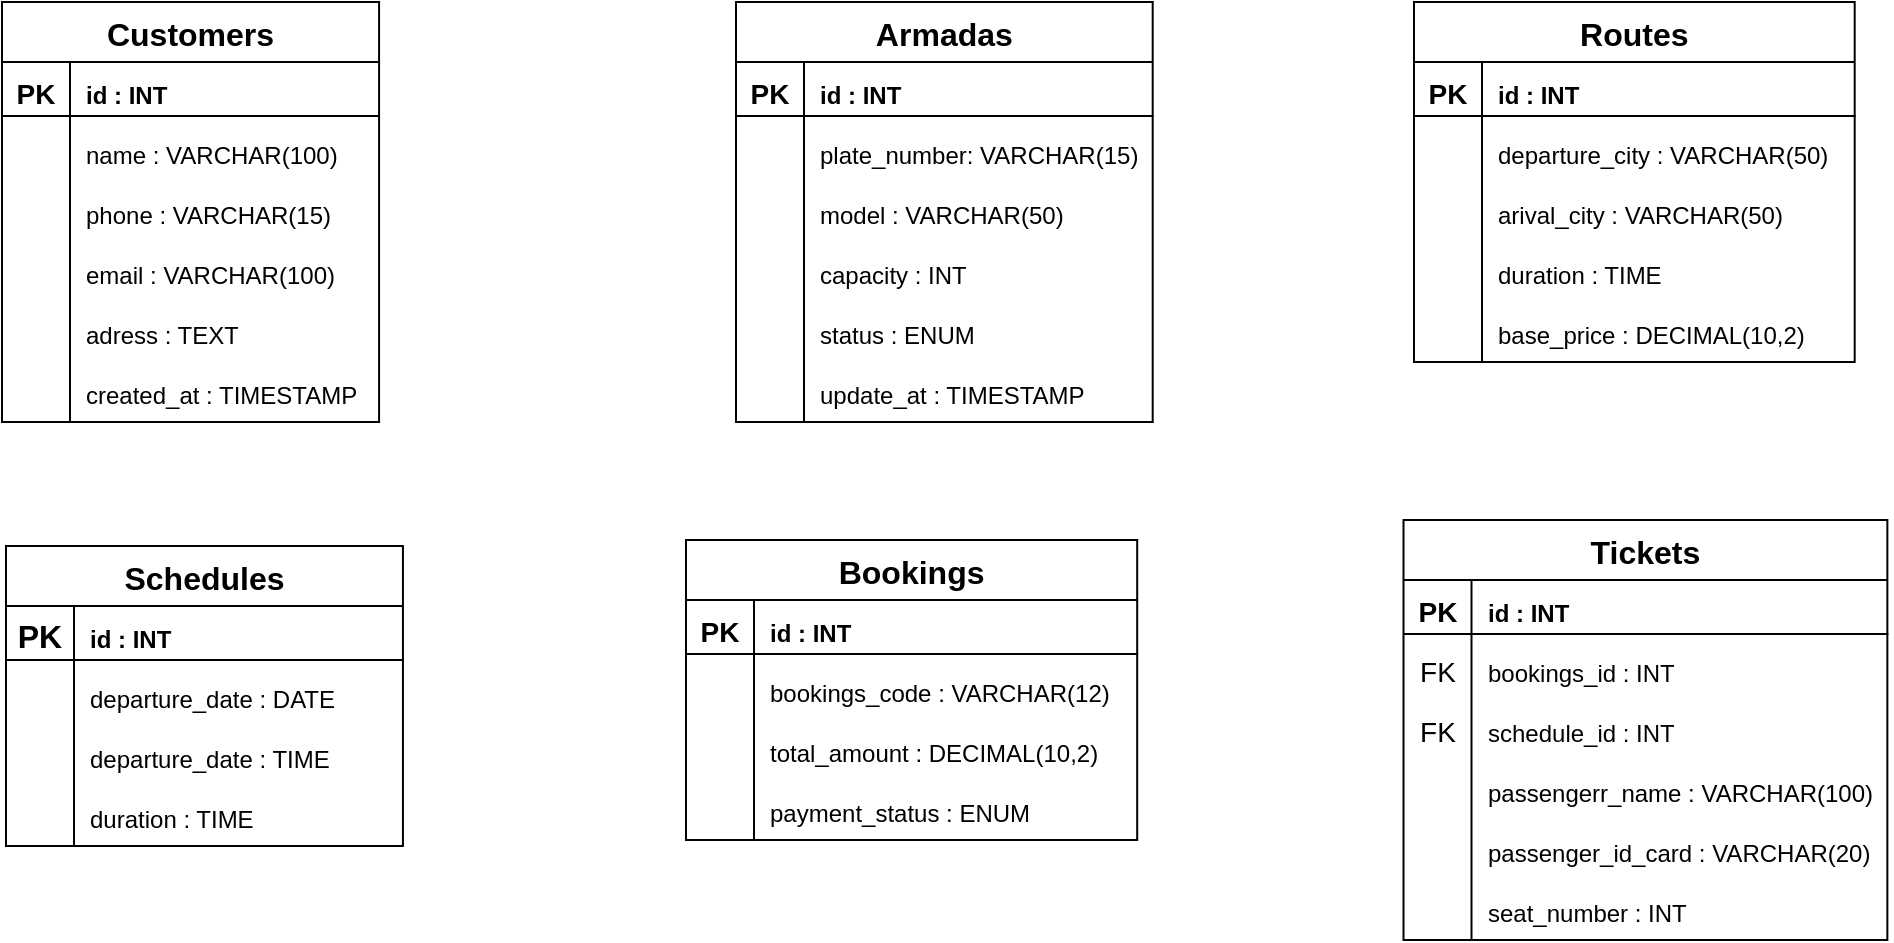
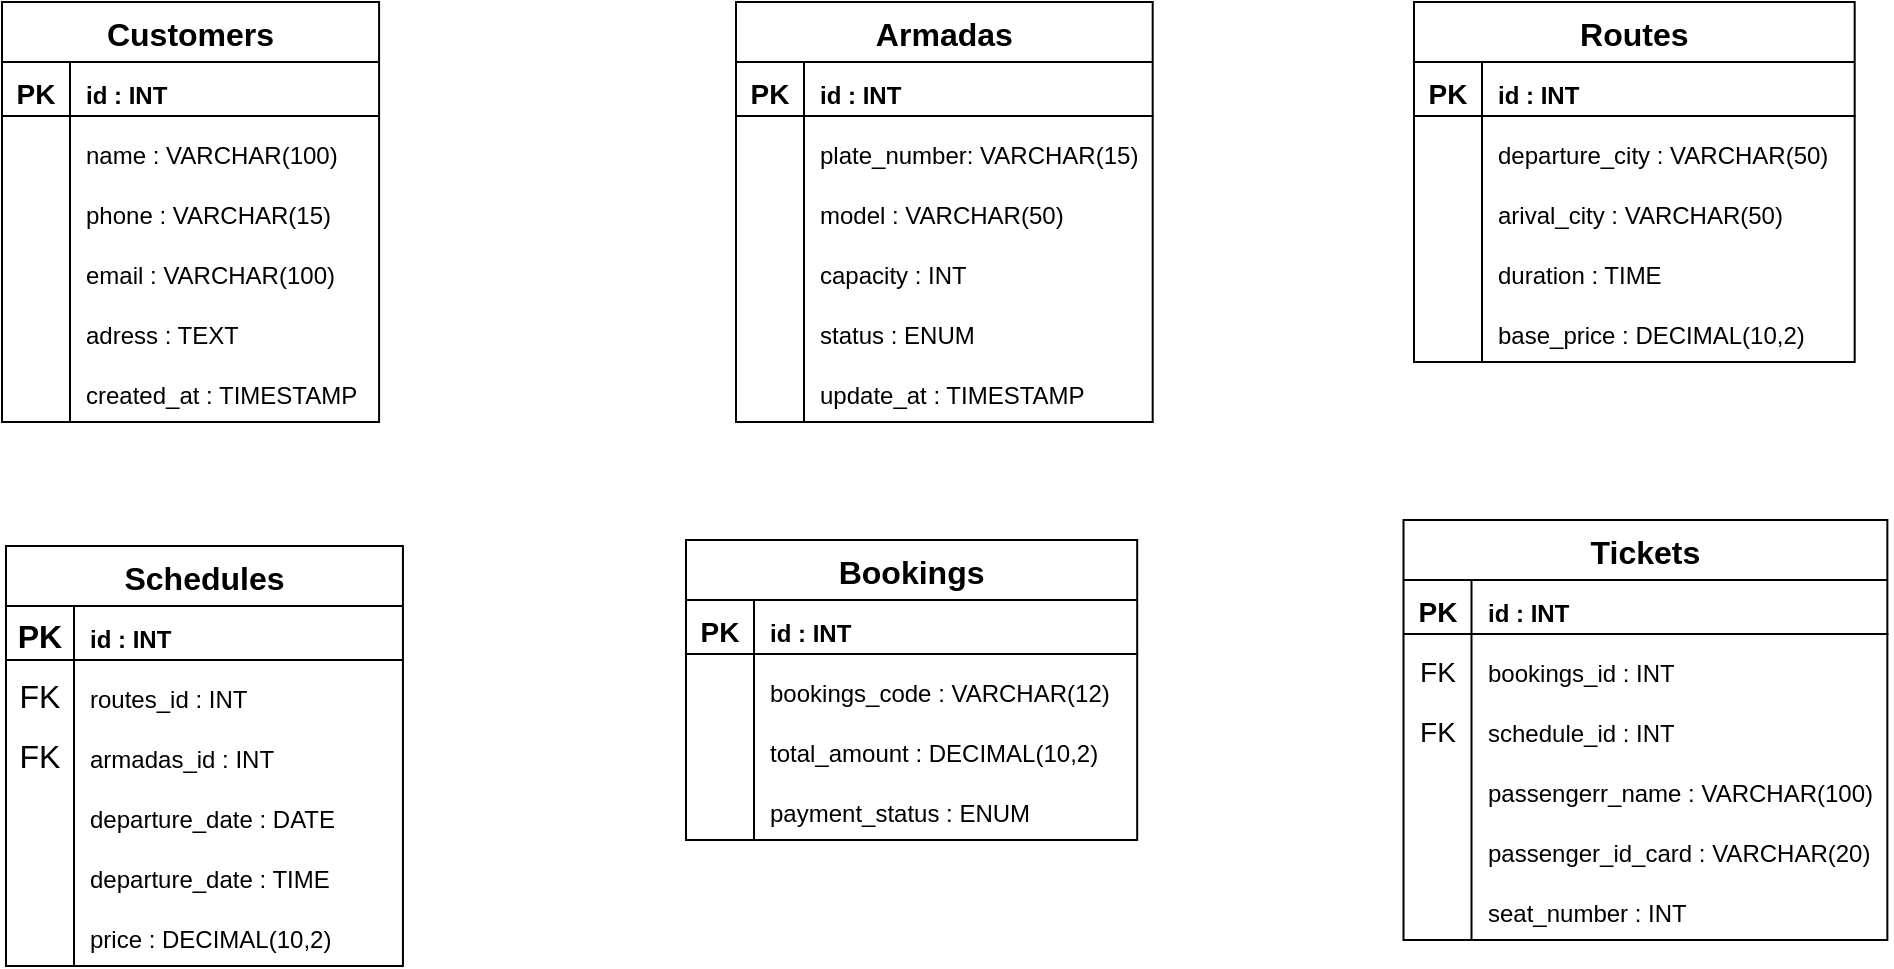
<mxfile host="Electron">
  <diagram name="Page-1" id="kJ8Mc6y_ZzB0DB1dgNBE">
    <mxGraphModel dx="1439" dy="849" grid="0" gridSize="10" guides="1" tooltips="1" connect="1" arrows="1" fold="1" page="1" pageScale="1" pageWidth="1169" pageHeight="827" background="#ffffff" math="0" shadow="0">
      <root>
        <mxCell id="0" />
        <mxCell id="1" parent="0" />
        <mxCell id="spA_d-TOyame6YQLWrdW-179" parent="1" style="shape=table;startSize=30;container=1;collapsible=0;childLayout=tableLayout;fixedRows=1;rowLines=0;fontStyle=1;strokeColor=#000000;fontSize=16;fontColor=#000000;fillColor=#FFFFFF;" value="Customers" vertex="1">
          <mxGeometry height="210" width="188.54173932756737" x="130" y="88" as="geometry" />
        </mxCell>
        <mxCell id="spA_d-TOyame6YQLWrdW-180" parent="spA_d-TOyame6YQLWrdW-179" style="shape=tableRow;horizontal=0;startSize=0;swimlaneHead=0;swimlaneBody=0;top=0;left=0;bottom=0;right=0;collapsible=0;dropTarget=0;fillColor=none;points=[[0,0.5],[1,0.5]];portConstraint=eastwest;strokeColor=inherit;fontSize=16;" value="" vertex="1">
          <mxGeometry height="30" width="188.54173932756737" y="30" as="geometry" />
        </mxCell>
        <mxCell id="spA_d-TOyame6YQLWrdW-181" parent="spA_d-TOyame6YQLWrdW-180" style="shape=partialRectangle;html=1;whiteSpace=wrap;connectable=0;fillColor=none;top=0;left=0;bottom=0;right=0;overflow=hidden;pointerEvents=1;strokeColor=#000000;fontSize=16;fontColor=#000000;" value="&lt;b&gt;&lt;font style=&quot;font-size: 14px;&quot;&gt;PK&lt;/font&gt;&lt;/b&gt;" vertex="1">
          <mxGeometry height="30" width="34" as="geometry">
            <mxRectangle height="30" width="34" as="alternateBounds" />
          </mxGeometry>
        </mxCell>
        <mxCell id="spA_d-TOyame6YQLWrdW-182" parent="spA_d-TOyame6YQLWrdW-180" style="shape=partialRectangle;html=1;whiteSpace=wrap;connectable=0;fillColor=none;top=0;left=0;bottom=0;right=0;align=left;spacingLeft=6;overflow=hidden;strokeColor=#000000;fontSize=16;fontColor=#000000;" value="&lt;font style=&quot;font-size: 12px;&quot;&gt;&lt;b&gt;id : INT&lt;/b&gt;&lt;/font&gt;" vertex="1">
          <mxGeometry height="30" width="155" x="34" as="geometry">
            <mxRectangle height="30" width="155" as="alternateBounds" />
          </mxGeometry>
        </mxCell>
        <mxCell id="spA_d-TOyame6YQLWrdW-183" parent="spA_d-TOyame6YQLWrdW-179" style="shape=tableRow;horizontal=0;startSize=0;swimlaneHead=0;swimlaneBody=0;top=0;left=0;bottom=0;right=0;collapsible=0;dropTarget=0;fillColor=none;points=[[0,0.5],[1,0.5]];portConstraint=eastwest;strokeColor=inherit;fontSize=16;" value="" vertex="1">
          <mxGeometry height="30" width="188.54173932756737" y="60" as="geometry" />
        </mxCell>
        <mxCell id="spA_d-TOyame6YQLWrdW-184" parent="spA_d-TOyame6YQLWrdW-183" style="shape=partialRectangle;html=1;whiteSpace=wrap;connectable=0;fillColor=none;top=0;left=0;bottom=0;right=0;overflow=hidden;strokeColor=inherit;fontSize=16;fontColor=#000000;" value="" vertex="1">
          <mxGeometry height="30" width="34" as="geometry">
            <mxRectangle height="30" width="34" as="alternateBounds" />
          </mxGeometry>
        </mxCell>
        <mxCell id="spA_d-TOyame6YQLWrdW-185" parent="spA_d-TOyame6YQLWrdW-183" style="shape=partialRectangle;html=1;whiteSpace=wrap;connectable=0;fillColor=none;top=0;left=0;bottom=0;right=0;align=left;spacingLeft=6;overflow=hidden;strokeColor=inherit;fontSize=16;fontColor=#000000;" value="&lt;span style=&quot;color: rgb(0, 0, 0); font-size: 12px;&quot;&gt;name :&amp;nbsp;&lt;/span&gt;&lt;span style=&quot;color: rgb(0, 0, 0); font-size: 12px; text-align: center;&quot;&gt;VARCHAR(100)&lt;/span&gt;" vertex="1">
          <mxGeometry height="30" width="155" x="34" as="geometry">
            <mxRectangle height="30" width="155" as="alternateBounds" />
          </mxGeometry>
        </mxCell>
        <mxCell id="spA_d-TOyame6YQLWrdW-186" parent="spA_d-TOyame6YQLWrdW-179" style="shape=tableRow;horizontal=0;startSize=0;swimlaneHead=0;swimlaneBody=0;top=0;left=0;bottom=0;right=0;collapsible=0;dropTarget=0;fillColor=none;points=[[0,0.5],[1,0.5]];portConstraint=eastwest;strokeColor=inherit;fontSize=16;" value="" vertex="1">
          <mxGeometry height="30" width="188.54173932756737" y="90" as="geometry" />
        </mxCell>
        <mxCell id="spA_d-TOyame6YQLWrdW-187" parent="spA_d-TOyame6YQLWrdW-186" style="shape=partialRectangle;html=1;whiteSpace=wrap;connectable=0;fillColor=none;top=0;left=0;bottom=0;right=0;overflow=hidden;strokeColor=inherit;fontSize=16;fontColor=#000000;" value="" vertex="1">
          <mxGeometry height="30" width="34" as="geometry">
            <mxRectangle height="30" width="34" as="alternateBounds" />
          </mxGeometry>
        </mxCell>
        <mxCell id="spA_d-TOyame6YQLWrdW-188" parent="spA_d-TOyame6YQLWrdW-186" style="shape=partialRectangle;html=1;whiteSpace=wrap;connectable=0;fillColor=none;top=0;left=0;bottom=0;right=0;align=left;spacingLeft=6;overflow=hidden;strokeColor=inherit;fontSize=16;fontColor=#000000;" value="&lt;span style=&quot;color: rgb(0, 0, 0); font-size: 12px;&quot;&gt;phone :&amp;nbsp;&lt;/span&gt;&lt;span style=&quot;color: rgb(0, 0, 0); font-size: 12px; text-align: center;&quot;&gt;VARCHAR(15)&lt;/span&gt;" vertex="1">
          <mxGeometry height="30" width="155" x="34" as="geometry">
            <mxRectangle height="30" width="155" as="alternateBounds" />
          </mxGeometry>
        </mxCell>
        <mxCell id="Xo8xpW6T9qOqPY2RvKqo-4" parent="spA_d-TOyame6YQLWrdW-179" style="shape=tableRow;horizontal=0;startSize=0;swimlaneHead=0;swimlaneBody=0;top=0;left=0;bottom=0;right=0;collapsible=0;dropTarget=0;fillColor=none;points=[[0,0.5],[1,0.5]];portConstraint=eastwest;strokeColor=inherit;fontSize=16;" value="" vertex="1">
          <mxGeometry height="30" width="188.54173932756737" y="120" as="geometry" />
        </mxCell>
        <mxCell id="Xo8xpW6T9qOqPY2RvKqo-5" parent="Xo8xpW6T9qOqPY2RvKqo-4" style="shape=partialRectangle;html=1;whiteSpace=wrap;connectable=0;fillColor=none;top=0;left=0;bottom=0;right=0;overflow=hidden;strokeColor=inherit;fontSize=16;fontColor=#000000;" value="" vertex="1">
          <mxGeometry height="30" width="34" as="geometry">
            <mxRectangle height="30" width="34" as="alternateBounds" />
          </mxGeometry>
        </mxCell>
        <mxCell id="Xo8xpW6T9qOqPY2RvKqo-6" parent="Xo8xpW6T9qOqPY2RvKqo-4" style="shape=partialRectangle;html=1;whiteSpace=wrap;connectable=0;fillColor=none;top=0;left=0;bottom=0;right=0;align=left;spacingLeft=6;overflow=hidden;strokeColor=inherit;fontSize=16;fontColor=#000000;" value="&lt;span style=&quot;color: rgb(0, 0, 0); font-size: 12px;&quot;&gt;email :&amp;nbsp;&lt;/span&gt;&lt;span style=&quot;color: rgb(0, 0, 0); font-size: 12px; text-align: center;&quot;&gt;VARCHAR(100)&lt;/span&gt;" vertex="1">
          <mxGeometry height="30" width="155" x="34" as="geometry">
            <mxRectangle height="30" width="155" as="alternateBounds" />
          </mxGeometry>
        </mxCell>
        <mxCell id="4wj_1gfYNaP55m7zzhlJ-24" parent="spA_d-TOyame6YQLWrdW-179" style="shape=tableRow;horizontal=0;startSize=0;swimlaneHead=0;swimlaneBody=0;top=0;left=0;bottom=0;right=0;collapsible=0;dropTarget=0;fillColor=none;points=[[0,0.5],[1,0.5]];portConstraint=eastwest;strokeColor=inherit;fontSize=16;" value="" vertex="1">
          <mxGeometry height="30" width="188.54173932756737" y="150" as="geometry" />
        </mxCell>
        <mxCell id="4wj_1gfYNaP55m7zzhlJ-25" parent="4wj_1gfYNaP55m7zzhlJ-24" style="shape=partialRectangle;html=1;whiteSpace=wrap;connectable=0;fillColor=none;top=0;left=0;bottom=0;right=0;overflow=hidden;strokeColor=inherit;fontSize=16;fontColor=#000000;" value="" vertex="1">
          <mxGeometry height="30" width="34" as="geometry">
            <mxRectangle height="30" width="34" as="alternateBounds" />
          </mxGeometry>
        </mxCell>
        <mxCell id="4wj_1gfYNaP55m7zzhlJ-26" parent="4wj_1gfYNaP55m7zzhlJ-24" style="shape=partialRectangle;html=1;whiteSpace=wrap;connectable=0;fillColor=none;top=0;left=0;bottom=0;right=0;align=left;spacingLeft=6;overflow=hidden;strokeColor=inherit;fontSize=16;fontColor=#000000;" value="&lt;div style=&quot;text-align: center;&quot;&gt;&lt;span style=&quot;color: rgb(0, 0, 0); font-size: 12px; background-color: transparent;&quot;&gt;adress : TEXT&lt;/span&gt;&lt;/div&gt;" vertex="1">
          <mxGeometry height="30" width="155" x="34" as="geometry">
            <mxRectangle height="30" width="155" as="alternateBounds" />
          </mxGeometry>
        </mxCell>
        <mxCell id="4wj_1gfYNaP55m7zzhlJ-27" parent="spA_d-TOyame6YQLWrdW-179" style="shape=tableRow;horizontal=0;startSize=0;swimlaneHead=0;swimlaneBody=0;top=0;left=0;bottom=0;right=0;collapsible=0;dropTarget=0;fillColor=none;points=[[0,0.5],[1,0.5]];portConstraint=eastwest;strokeColor=inherit;fontSize=16;" value="" vertex="1">
          <mxGeometry height="30" width="188.54173932756737" y="180" as="geometry" />
        </mxCell>
        <mxCell id="4wj_1gfYNaP55m7zzhlJ-28" parent="4wj_1gfYNaP55m7zzhlJ-27" style="shape=partialRectangle;html=1;whiteSpace=wrap;connectable=0;fillColor=none;top=0;left=0;bottom=0;right=0;overflow=hidden;strokeColor=inherit;fontSize=16;fontColor=#000000;" value="" vertex="1">
          <mxGeometry height="30" width="34" as="geometry">
            <mxRectangle height="30" width="34" as="alternateBounds" />
          </mxGeometry>
        </mxCell>
        <mxCell id="4wj_1gfYNaP55m7zzhlJ-29" parent="4wj_1gfYNaP55m7zzhlJ-27" style="shape=partialRectangle;html=1;whiteSpace=wrap;connectable=0;fillColor=none;top=0;left=0;bottom=0;right=0;align=left;spacingLeft=6;overflow=hidden;strokeColor=inherit;fontSize=16;fontColor=#000000;" value="&lt;div style=&quot;text-align: center;&quot;&gt;&lt;span style=&quot;color: rgb(0, 0, 0); font-size: 12px; background-color: transparent;&quot;&gt;created_at : TIMESTAMP&lt;/span&gt;&lt;/div&gt;" vertex="1">
          <mxGeometry height="30" width="155" x="34" as="geometry">
            <mxRectangle height="30" width="155" as="alternateBounds" />
          </mxGeometry>
        </mxCell>
        <mxCell id="Xo8xpW6T9qOqPY2RvKqo-3" edge="1" parent="spA_d-TOyame6YQLWrdW-179" source="spA_d-TOyame6YQLWrdW-180" style="endArrow=none;html=1;rounded=0;strokeColor=#000000;entryX=1.002;entryY=0.898;entryDx=0;entryDy=0;entryPerimeter=0;exitX=0;exitY=0.9;exitDx=0;exitDy=0;exitPerimeter=0;" target="spA_d-TOyame6YQLWrdW-180" value="">
          <mxGeometry height="50" relative="1" width="50" as="geometry">
            <mxPoint x="72" y="102" as="sourcePoint" />
            <mxPoint x="122" y="52" as="targetPoint" />
          </mxGeometry>
        </mxCell>
        <mxCell id="Xo8xpW6T9qOqPY2RvKqo-7" parent="1" style="shape=table;startSize=30;container=1;collapsible=0;childLayout=tableLayout;fixedRows=1;rowLines=0;fontStyle=1;strokeColor=#000000;fontSize=16;fontColor=#000000;fillColor=#FFFFFF;" value="Armadas" vertex="1">
          <mxGeometry height="210" width="208.34497754179932" x="497" y="88" as="geometry" />
        </mxCell>
        <mxCell id="Xo8xpW6T9qOqPY2RvKqo-8" parent="Xo8xpW6T9qOqPY2RvKqo-7" style="shape=tableRow;horizontal=0;startSize=0;swimlaneHead=0;swimlaneBody=0;top=0;left=0;bottom=0;right=0;collapsible=0;dropTarget=0;fillColor=none;points=[[0,0.5],[1,0.5]];portConstraint=eastwest;strokeColor=inherit;fontSize=16;" value="" vertex="1">
          <mxGeometry height="30" width="208.34497754179932" y="30" as="geometry" />
        </mxCell>
        <mxCell id="Xo8xpW6T9qOqPY2RvKqo-9" parent="Xo8xpW6T9qOqPY2RvKqo-8" style="shape=partialRectangle;html=1;whiteSpace=wrap;connectable=0;fillColor=none;top=0;left=0;bottom=0;right=0;overflow=hidden;pointerEvents=1;strokeColor=#000000;fontSize=16;fontColor=#000000;" value="&lt;b&gt;&lt;font style=&quot;font-size: 14px;&quot;&gt;PK&lt;/font&gt;&lt;/b&gt;" vertex="1">
          <mxGeometry height="30" width="34" as="geometry">
            <mxRectangle height="30" width="34" as="alternateBounds" />
          </mxGeometry>
        </mxCell>
        <mxCell id="Xo8xpW6T9qOqPY2RvKqo-10" parent="Xo8xpW6T9qOqPY2RvKqo-8" style="shape=partialRectangle;html=1;whiteSpace=wrap;connectable=0;fillColor=none;top=0;left=0;bottom=0;right=0;align=left;spacingLeft=6;overflow=hidden;strokeColor=#000000;fontSize=16;fontColor=#000000;" value="&lt;font style=&quot;font-size: 12px;&quot;&gt;&lt;b&gt;id : INT&lt;/b&gt;&lt;/font&gt;" vertex="1">
          <mxGeometry height="30" width="174" x="34" as="geometry">
            <mxRectangle height="30" width="174" as="alternateBounds" />
          </mxGeometry>
        </mxCell>
        <mxCell id="Xo8xpW6T9qOqPY2RvKqo-11" parent="Xo8xpW6T9qOqPY2RvKqo-7" style="shape=tableRow;horizontal=0;startSize=0;swimlaneHead=0;swimlaneBody=0;top=0;left=0;bottom=0;right=0;collapsible=0;dropTarget=0;fillColor=none;points=[[0,0.5],[1,0.5]];portConstraint=eastwest;strokeColor=inherit;fontSize=16;" value="" vertex="1">
          <mxGeometry height="30" width="208.34497754179932" y="60" as="geometry" />
        </mxCell>
        <mxCell id="Xo8xpW6T9qOqPY2RvKqo-12" parent="Xo8xpW6T9qOqPY2RvKqo-11" style="shape=partialRectangle;html=1;whiteSpace=wrap;connectable=0;fillColor=none;top=0;left=0;bottom=0;right=0;overflow=hidden;strokeColor=inherit;fontSize=16;fontColor=#000000;" value="" vertex="1">
          <mxGeometry height="30" width="34" as="geometry">
            <mxRectangle height="30" width="34" as="alternateBounds" />
          </mxGeometry>
        </mxCell>
        <mxCell id="Xo8xpW6T9qOqPY2RvKqo-13" parent="Xo8xpW6T9qOqPY2RvKqo-11" style="shape=partialRectangle;html=1;whiteSpace=wrap;connectable=0;fillColor=none;top=0;left=0;bottom=0;right=0;align=left;spacingLeft=6;overflow=hidden;strokeColor=inherit;fontSize=16;fontColor=#000000;" value="&lt;font color=&quot;#000000&quot;&gt;&lt;span style=&quot;font-size: 12px;&quot;&gt;plate_number: VARCHAR(&lt;/span&gt;&lt;span style=&quot;font-size: 12px;&quot;&gt;15&lt;/span&gt;&lt;span style=&quot;font-size: 12px;&quot;&gt;)&lt;/span&gt;&lt;/font&gt;" vertex="1">
          <mxGeometry height="30" width="174" x="34" as="geometry">
            <mxRectangle height="30" width="174" as="alternateBounds" />
          </mxGeometry>
        </mxCell>
        <mxCell id="Xo8xpW6T9qOqPY2RvKqo-14" parent="Xo8xpW6T9qOqPY2RvKqo-7" style="shape=tableRow;horizontal=0;startSize=0;swimlaneHead=0;swimlaneBody=0;top=0;left=0;bottom=0;right=0;collapsible=0;dropTarget=0;fillColor=none;points=[[0,0.5],[1,0.5]];portConstraint=eastwest;strokeColor=inherit;fontSize=16;" value="" vertex="1">
          <mxGeometry height="30" width="208.34497754179932" y="90" as="geometry" />
        </mxCell>
        <mxCell id="Xo8xpW6T9qOqPY2RvKqo-15" parent="Xo8xpW6T9qOqPY2RvKqo-14" style="shape=partialRectangle;html=1;whiteSpace=wrap;connectable=0;fillColor=none;top=0;left=0;bottom=0;right=0;overflow=hidden;strokeColor=inherit;fontSize=16;fontColor=#000000;" value="" vertex="1">
          <mxGeometry height="30" width="34" as="geometry">
            <mxRectangle height="30" width="34" as="alternateBounds" />
          </mxGeometry>
        </mxCell>
        <mxCell id="Xo8xpW6T9qOqPY2RvKqo-16" parent="Xo8xpW6T9qOqPY2RvKqo-14" style="shape=partialRectangle;html=1;whiteSpace=wrap;connectable=0;fillColor=none;top=0;left=0;bottom=0;right=0;align=left;spacingLeft=6;overflow=hidden;strokeColor=inherit;fontSize=16;fontColor=#000000;" value="&lt;div style=&quot;text-align: center;&quot;&gt;&lt;span style=&quot;color: rgb(0, 0, 0); font-size: 12px; text-align: left;&quot;&gt;model : VARCHAR(50)&lt;/span&gt;&lt;/div&gt;" vertex="1">
          <mxGeometry height="30" width="174" x="34" as="geometry">
            <mxRectangle height="30" width="174" as="alternateBounds" />
          </mxGeometry>
        </mxCell>
        <mxCell id="Xo8xpW6T9qOqPY2RvKqo-17" parent="Xo8xpW6T9qOqPY2RvKqo-7" style="shape=tableRow;horizontal=0;startSize=0;swimlaneHead=0;swimlaneBody=0;top=0;left=0;bottom=0;right=0;collapsible=0;dropTarget=0;fillColor=none;points=[[0,0.5],[1,0.5]];portConstraint=eastwest;strokeColor=inherit;fontSize=16;" value="" vertex="1">
          <mxGeometry height="30" width="208.34497754179932" y="120" as="geometry" />
        </mxCell>
        <mxCell id="Xo8xpW6T9qOqPY2RvKqo-18" parent="Xo8xpW6T9qOqPY2RvKqo-17" style="shape=partialRectangle;html=1;whiteSpace=wrap;connectable=0;fillColor=none;top=0;left=0;bottom=0;right=0;overflow=hidden;strokeColor=inherit;fontSize=16;fontColor=#000000;" value="" vertex="1">
          <mxGeometry height="30" width="34" as="geometry">
            <mxRectangle height="30" width="34" as="alternateBounds" />
          </mxGeometry>
        </mxCell>
        <mxCell id="Xo8xpW6T9qOqPY2RvKqo-19" parent="Xo8xpW6T9qOqPY2RvKqo-17" style="shape=partialRectangle;html=1;whiteSpace=wrap;connectable=0;fillColor=none;top=0;left=0;bottom=0;right=0;align=left;spacingLeft=6;overflow=hidden;strokeColor=inherit;fontSize=16;fontColor=#000000;" value="&lt;span style=&quot;color: rgb(0, 0, 0); font-size: 12px; text-align: center;&quot;&gt;capacity : INT&lt;/span&gt;" vertex="1">
          <mxGeometry height="30" width="174" x="34" as="geometry">
            <mxRectangle height="30" width="174" as="alternateBounds" />
          </mxGeometry>
        </mxCell>
        <mxCell id="BzmTT121cw_u00IB5EKc-1" parent="Xo8xpW6T9qOqPY2RvKqo-7" style="shape=tableRow;horizontal=0;startSize=0;swimlaneHead=0;swimlaneBody=0;top=0;left=0;bottom=0;right=0;collapsible=0;dropTarget=0;fillColor=none;points=[[0,0.5],[1,0.5]];portConstraint=eastwest;strokeColor=inherit;fontSize=16;" value="" vertex="1">
          <mxGeometry height="30" width="208.34497754179932" y="150" as="geometry" />
        </mxCell>
        <mxCell id="BzmTT121cw_u00IB5EKc-2" parent="BzmTT121cw_u00IB5EKc-1" style="shape=partialRectangle;html=1;whiteSpace=wrap;connectable=0;fillColor=none;top=0;left=0;bottom=0;right=0;overflow=hidden;strokeColor=inherit;fontSize=16;fontColor=#000000;" value="" vertex="1">
          <mxGeometry height="30" width="34" as="geometry">
            <mxRectangle height="30" width="34" as="alternateBounds" />
          </mxGeometry>
        </mxCell>
        <mxCell id="BzmTT121cw_u00IB5EKc-3" parent="BzmTT121cw_u00IB5EKc-1" style="shape=partialRectangle;html=1;whiteSpace=wrap;connectable=0;fillColor=none;top=0;left=0;bottom=0;right=0;align=left;spacingLeft=6;overflow=hidden;strokeColor=inherit;fontSize=16;fontColor=#000000;" value="&lt;span style=&quot;color: rgb(0, 0, 0); font-size: 12px;&quot;&gt;status :&amp;nbsp;&lt;/span&gt;&lt;span style=&quot;color: rgb(0, 0, 0); font-size: 12px; text-align: center;&quot;&gt;ENUM&lt;/span&gt;" vertex="1">
          <mxGeometry height="30" width="174" x="34" as="geometry">
            <mxRectangle height="30" width="174" as="alternateBounds" />
          </mxGeometry>
        </mxCell>
        <mxCell id="BzmTT121cw_u00IB5EKc-4" parent="Xo8xpW6T9qOqPY2RvKqo-7" style="shape=tableRow;horizontal=0;startSize=0;swimlaneHead=0;swimlaneBody=0;top=0;left=0;bottom=0;right=0;collapsible=0;dropTarget=0;fillColor=none;points=[[0,0.5],[1,0.5]];portConstraint=eastwest;strokeColor=inherit;fontSize=16;" value="" vertex="1">
          <mxGeometry height="30" width="208.34497754179932" y="180" as="geometry" />
        </mxCell>
        <mxCell id="BzmTT121cw_u00IB5EKc-5" parent="BzmTT121cw_u00IB5EKc-4" style="shape=partialRectangle;html=1;whiteSpace=wrap;connectable=0;fillColor=none;top=0;left=0;bottom=0;right=0;overflow=hidden;strokeColor=inherit;fontSize=16;fontColor=#000000;" value="" vertex="1">
          <mxGeometry height="30" width="34" as="geometry">
            <mxRectangle height="30" width="34" as="alternateBounds" />
          </mxGeometry>
        </mxCell>
        <mxCell id="BzmTT121cw_u00IB5EKc-6" parent="BzmTT121cw_u00IB5EKc-4" style="shape=partialRectangle;html=1;whiteSpace=wrap;connectable=0;fillColor=none;top=0;left=0;bottom=0;right=0;align=left;spacingLeft=6;overflow=hidden;strokeColor=inherit;fontSize=16;fontColor=#000000;" value="&lt;div style=&quot;text-align: center;&quot;&gt;&lt;span style=&quot;color: rgb(0, 0, 0); font-size: 12px; background-color: transparent;&quot;&gt;update_at : TIMESTAMP&lt;/span&gt;&lt;/div&gt;" vertex="1">
          <mxGeometry height="30" width="174" x="34" as="geometry">
            <mxRectangle height="30" width="174" as="alternateBounds" />
          </mxGeometry>
        </mxCell>
        <mxCell id="Xo8xpW6T9qOqPY2RvKqo-20" edge="1" parent="Xo8xpW6T9qOqPY2RvKqo-7" source="Xo8xpW6T9qOqPY2RvKqo-8" style="endArrow=none;html=1;rounded=0;strokeColor=#000000;entryX=1.002;entryY=0.898;entryDx=0;entryDy=0;entryPerimeter=0;exitX=0;exitY=0.9;exitDx=0;exitDy=0;exitPerimeter=0;" target="Xo8xpW6T9qOqPY2RvKqo-8" value="">
          <mxGeometry height="50" relative="1" width="50" as="geometry">
            <mxPoint x="72" y="102" as="sourcePoint" />
            <mxPoint x="122" y="52" as="targetPoint" />
          </mxGeometry>
        </mxCell>
        <mxCell id="Xo8xpW6T9qOqPY2RvKqo-21" parent="1" style="shape=table;startSize=30;container=1;collapsible=0;childLayout=tableLayout;fixedRows=1;rowLines=0;fontStyle=1;strokeColor=#000000;fontSize=16;fontColor=#000000;fillColor=#FFFFFF;" value="Routes" vertex="1">
          <mxGeometry height="180" width="220.34746442522356" x="836" y="88" as="geometry" />
        </mxCell>
        <mxCell id="Xo8xpW6T9qOqPY2RvKqo-22" parent="Xo8xpW6T9qOqPY2RvKqo-21" style="shape=tableRow;horizontal=0;startSize=0;swimlaneHead=0;swimlaneBody=0;top=0;left=0;bottom=0;right=0;collapsible=0;dropTarget=0;fillColor=none;points=[[0,0.5],[1,0.5]];portConstraint=eastwest;strokeColor=inherit;fontSize=16;" value="" vertex="1">
          <mxGeometry height="30" width="220.34746442522356" y="30" as="geometry" />
        </mxCell>
        <mxCell id="Xo8xpW6T9qOqPY2RvKqo-23" parent="Xo8xpW6T9qOqPY2RvKqo-22" style="shape=partialRectangle;html=1;whiteSpace=wrap;connectable=0;fillColor=none;top=0;left=0;bottom=0;right=0;overflow=hidden;pointerEvents=1;strokeColor=#000000;fontSize=16;fontColor=#000000;" value="&lt;b&gt;&lt;font style=&quot;font-size: 14px;&quot;&gt;PK&lt;/font&gt;&lt;/b&gt;" vertex="1">
          <mxGeometry height="30" width="34" as="geometry">
            <mxRectangle height="30" width="34" as="alternateBounds" />
          </mxGeometry>
        </mxCell>
        <mxCell id="Xo8xpW6T9qOqPY2RvKqo-24" parent="Xo8xpW6T9qOqPY2RvKqo-22" style="shape=partialRectangle;html=1;whiteSpace=wrap;connectable=0;fillColor=none;top=0;left=0;bottom=0;right=0;align=left;spacingLeft=6;overflow=hidden;strokeColor=#000000;fontSize=16;fontColor=#000000;" value="&lt;font style=&quot;font-size: 12px;&quot;&gt;&lt;b&gt;id : INT&lt;/b&gt;&lt;/font&gt;" vertex="1">
          <mxGeometry height="30" width="186" x="34" as="geometry">
            <mxRectangle height="30" width="186" as="alternateBounds" />
          </mxGeometry>
        </mxCell>
        <mxCell id="Xo8xpW6T9qOqPY2RvKqo-25" parent="Xo8xpW6T9qOqPY2RvKqo-21" style="shape=tableRow;horizontal=0;startSize=0;swimlaneHead=0;swimlaneBody=0;top=0;left=0;bottom=0;right=0;collapsible=0;dropTarget=0;fillColor=none;points=[[0,0.5],[1,0.5]];portConstraint=eastwest;strokeColor=inherit;fontSize=16;" value="" vertex="1">
          <mxGeometry height="30" width="220.34746442522356" y="60" as="geometry" />
        </mxCell>
        <mxCell id="Xo8xpW6T9qOqPY2RvKqo-26" parent="Xo8xpW6T9qOqPY2RvKqo-25" style="shape=partialRectangle;html=1;whiteSpace=wrap;connectable=0;fillColor=none;top=0;left=0;bottom=0;right=0;overflow=hidden;strokeColor=inherit;fontSize=16;fontColor=#000000;" value="" vertex="1">
          <mxGeometry height="30" width="34" as="geometry">
            <mxRectangle height="30" width="34" as="alternateBounds" />
          </mxGeometry>
        </mxCell>
        <mxCell id="Xo8xpW6T9qOqPY2RvKqo-27" parent="Xo8xpW6T9qOqPY2RvKqo-25" style="shape=partialRectangle;html=1;whiteSpace=wrap;connectable=0;fillColor=none;top=0;left=0;bottom=0;right=0;align=left;spacingLeft=6;overflow=hidden;strokeColor=inherit;fontSize=16;fontColor=#000000;" value="&lt;font color=&quot;#000000&quot;&gt;&lt;span style=&quot;font-size: 12px;&quot;&gt;departure_city : VARCHAR(50)&lt;/span&gt;&lt;/font&gt;" vertex="1">
          <mxGeometry height="30" width="186" x="34" as="geometry">
            <mxRectangle height="30" width="186" as="alternateBounds" />
          </mxGeometry>
        </mxCell>
        <mxCell id="Xo8xpW6T9qOqPY2RvKqo-28" parent="Xo8xpW6T9qOqPY2RvKqo-21" style="shape=tableRow;horizontal=0;startSize=0;swimlaneHead=0;swimlaneBody=0;top=0;left=0;bottom=0;right=0;collapsible=0;dropTarget=0;fillColor=none;points=[[0,0.5],[1,0.5]];portConstraint=eastwest;strokeColor=inherit;fontSize=16;" value="" vertex="1">
          <mxGeometry height="30" width="220.34746442522356" y="90" as="geometry" />
        </mxCell>
        <mxCell id="Xo8xpW6T9qOqPY2RvKqo-29" parent="Xo8xpW6T9qOqPY2RvKqo-28" style="shape=partialRectangle;html=1;whiteSpace=wrap;connectable=0;fillColor=none;top=0;left=0;bottom=0;right=0;overflow=hidden;strokeColor=inherit;fontSize=16;fontColor=#000000;" value="" vertex="1">
          <mxGeometry height="30" width="34" as="geometry">
            <mxRectangle height="30" width="34" as="alternateBounds" />
          </mxGeometry>
        </mxCell>
        <mxCell id="Xo8xpW6T9qOqPY2RvKqo-30" parent="Xo8xpW6T9qOqPY2RvKqo-28" style="shape=partialRectangle;html=1;whiteSpace=wrap;connectable=0;fillColor=none;top=0;left=0;bottom=0;right=0;align=left;spacingLeft=6;overflow=hidden;strokeColor=inherit;fontSize=16;fontColor=#000000;" value="&lt;div style=&quot;text-align: center;&quot;&gt;&lt;span style=&quot;color: rgb(0, 0, 0); font-size: 12px; background-color: transparent;&quot;&gt;arival_city : VARCHAR(50)&lt;/span&gt;&lt;/div&gt;" vertex="1">
          <mxGeometry height="30" width="186" x="34" as="geometry">
            <mxRectangle height="30" width="186" as="alternateBounds" />
          </mxGeometry>
        </mxCell>
        <mxCell id="Xo8xpW6T9qOqPY2RvKqo-31" parent="Xo8xpW6T9qOqPY2RvKqo-21" style="shape=tableRow;horizontal=0;startSize=0;swimlaneHead=0;swimlaneBody=0;top=0;left=0;bottom=0;right=0;collapsible=0;dropTarget=0;fillColor=none;points=[[0,0.5],[1,0.5]];portConstraint=eastwest;strokeColor=inherit;fontSize=16;" value="" vertex="1">
          <mxGeometry height="30" width="220.34746442522356" y="120" as="geometry" />
        </mxCell>
        <mxCell id="Xo8xpW6T9qOqPY2RvKqo-32" parent="Xo8xpW6T9qOqPY2RvKqo-31" style="shape=partialRectangle;html=1;whiteSpace=wrap;connectable=0;fillColor=none;top=0;left=0;bottom=0;right=0;overflow=hidden;strokeColor=inherit;fontSize=16;fontColor=#000000;" value="" vertex="1">
          <mxGeometry height="30" width="34" as="geometry">
            <mxRectangle height="30" width="34" as="alternateBounds" />
          </mxGeometry>
        </mxCell>
        <mxCell id="Xo8xpW6T9qOqPY2RvKqo-33" parent="Xo8xpW6T9qOqPY2RvKqo-31" style="shape=partialRectangle;html=1;whiteSpace=wrap;connectable=0;fillColor=none;top=0;left=0;bottom=0;right=0;align=left;spacingLeft=6;overflow=hidden;strokeColor=inherit;fontSize=16;fontColor=#000000;" value="&lt;div style=&quot;text-align: center;&quot;&gt;&lt;span style=&quot;color: rgb(0, 0, 0); font-size: 12px; background-color: transparent;&quot;&gt;duration : TIME&lt;/span&gt;&lt;/div&gt;" vertex="1">
          <mxGeometry height="30" width="186" x="34" as="geometry">
            <mxRectangle height="30" width="186" as="alternateBounds" />
          </mxGeometry>
        </mxCell>
        <mxCell id="BzmTT121cw_u00IB5EKc-10" parent="Xo8xpW6T9qOqPY2RvKqo-21" style="shape=tableRow;horizontal=0;startSize=0;swimlaneHead=0;swimlaneBody=0;top=0;left=0;bottom=0;right=0;collapsible=0;dropTarget=0;fillColor=none;points=[[0,0.5],[1,0.5]];portConstraint=eastwest;strokeColor=inherit;fontSize=16;" value="" vertex="1">
          <mxGeometry height="30" width="220.34746442522356" y="150" as="geometry" />
        </mxCell>
        <mxCell id="BzmTT121cw_u00IB5EKc-11" parent="BzmTT121cw_u00IB5EKc-10" style="shape=partialRectangle;html=1;whiteSpace=wrap;connectable=0;fillColor=none;top=0;left=0;bottom=0;right=0;overflow=hidden;strokeColor=inherit;fontSize=16;fontColor=#000000;" value="" vertex="1">
          <mxGeometry height="30" width="34" as="geometry">
            <mxRectangle height="30" width="34" as="alternateBounds" />
          </mxGeometry>
        </mxCell>
        <mxCell id="BzmTT121cw_u00IB5EKc-12" parent="BzmTT121cw_u00IB5EKc-10" style="shape=partialRectangle;html=1;whiteSpace=wrap;connectable=0;fillColor=none;top=0;left=0;bottom=0;right=0;align=left;spacingLeft=6;overflow=hidden;strokeColor=inherit;fontSize=16;fontColor=#000000;" value="&lt;div style=&quot;text-align: center;&quot;&gt;&lt;span style=&quot;color: rgb(0, 0, 0); font-size: 12px; background-color: transparent;&quot;&gt;base_price : DECIMAL(10,2)&lt;/span&gt;&lt;/div&gt;" vertex="1">
          <mxGeometry height="30" width="186" x="34" as="geometry">
            <mxRectangle height="30" width="186" as="alternateBounds" />
          </mxGeometry>
        </mxCell>
        <mxCell id="Xo8xpW6T9qOqPY2RvKqo-34" edge="1" parent="Xo8xpW6T9qOqPY2RvKqo-21" source="Xo8xpW6T9qOqPY2RvKqo-22" style="endArrow=none;html=1;rounded=0;strokeColor=#000000;entryX=1.002;entryY=0.898;entryDx=0;entryDy=0;entryPerimeter=0;exitX=0;exitY=0.9;exitDx=0;exitDy=0;exitPerimeter=0;" target="Xo8xpW6T9qOqPY2RvKqo-22" value="">
          <mxGeometry height="50" relative="1" width="50" as="geometry">
            <mxPoint x="72" y="102" as="sourcePoint" />
            <mxPoint x="122" y="52" as="targetPoint" />
          </mxGeometry>
        </mxCell>
        <mxCell id="Xo8xpW6T9qOqPY2RvKqo-49" parent="1" style="shape=table;startSize=30;container=1;collapsible=0;childLayout=tableLayout;fixedRows=1;rowLines=0;fontStyle=1;strokeColor=#000000;fontSize=16;fontColor=#000000;fillColor=#FFFFFF;" value="Schedules" vertex="1">
-           <mxGeometry height="150" width="198.47246442522373" x="132" y="360" as="geometry" />
+           <mxGeometry height="210" width="198.47246442522373" x="132" y="360" as="geometry" />
        </mxCell>
        <mxCell id="Xo8xpW6T9qOqPY2RvKqo-50" parent="Xo8xpW6T9qOqPY2RvKqo-49" style="shape=tableRow;horizontal=0;startSize=0;swimlaneHead=0;swimlaneBody=0;top=0;left=0;bottom=0;right=0;collapsible=0;dropTarget=0;fillColor=none;points=[[0,0.5],[1,0.5]];portConstraint=eastwest;strokeColor=inherit;fontSize=16;" value="" vertex="1">
          <mxGeometry height="30" width="198.47246442522373" y="30" as="geometry" />
        </mxCell>
        <mxCell id="Xo8xpW6T9qOqPY2RvKqo-51" parent="Xo8xpW6T9qOqPY2RvKqo-50" style="shape=partialRectangle;html=1;whiteSpace=wrap;connectable=0;fillColor=none;top=0;left=0;bottom=0;right=0;overflow=hidden;pointerEvents=1;strokeColor=#000000;fontSize=16;fontColor=#000000;" value="&lt;b&gt;PK&lt;/b&gt;" vertex="1">
          <mxGeometry height="30" width="34" as="geometry">
            <mxRectangle height="30" width="34" as="alternateBounds" />
          </mxGeometry>
        </mxCell>
        <mxCell id="Xo8xpW6T9qOqPY2RvKqo-52" parent="Xo8xpW6T9qOqPY2RvKqo-50" style="shape=partialRectangle;html=1;whiteSpace=wrap;connectable=0;fillColor=none;top=0;left=0;bottom=0;right=0;align=left;spacingLeft=6;overflow=hidden;strokeColor=#000000;fontSize=16;fontColor=#000000;" value="&lt;font style=&quot;font-size: 12px;&quot;&gt;&lt;b&gt;id : INT&lt;/b&gt;&lt;/font&gt;" vertex="1">
          <mxGeometry height="30" width="164" x="34" as="geometry">
            <mxRectangle height="30" width="164" as="alternateBounds" />
          </mxGeometry>
        </mxCell>
        <mxCell id="Xo8xpW6T9qOqPY2RvKqo-53" parent="Xo8xpW6T9qOqPY2RvKqo-49" style="shape=tableRow;horizontal=0;startSize=0;swimlaneHead=0;swimlaneBody=0;top=0;left=0;bottom=0;right=0;collapsible=0;dropTarget=0;fillColor=none;points=[[0,0.5],[1,0.5]];portConstraint=eastwest;strokeColor=inherit;fontSize=16;" value="" vertex="1">
          <mxGeometry height="30" width="198.47246442522373" y="60" as="geometry" />
        </mxCell>
-         <mxCell id="Xo8xpW6T9qOqPY2RvKqo-54" parent="Xo8xpW6T9qOqPY2RvKqo-53" style="shape=partialRectangle;html=1;whiteSpace=wrap;connectable=0;fillColor=none;top=0;left=0;bottom=0;right=0;overflow=hidden;strokeColor=inherit;fontSize=16;fontColor=#000000;" value="" vertex="1">
-           <mxGeometry height="30" width="34" as="geometry">
-             <mxRectangle height="30" width="34" as="alternateBounds" />
-           </mxGeometry>
-         </mxCell>
-         <mxCell id="Xo8xpW6T9qOqPY2RvKqo-55" parent="Xo8xpW6T9qOqPY2RvKqo-53" style="shape=partialRectangle;html=1;whiteSpace=wrap;connectable=0;fillColor=none;top=0;left=0;bottom=0;right=0;align=left;spacingLeft=6;overflow=hidden;strokeColor=inherit;fontSize=16;fontColor=#000000;" value="&lt;font color=&quot;#000000&quot;&gt;&lt;span style=&quot;font-size: 12px;&quot;&gt;departure_date : DATE&lt;/span&gt;&lt;/font&gt;" vertex="1">
+         <mxCell id="Xo8xpW6T9qOqPY2RvKqo-54" parent="Xo8xpW6T9qOqPY2RvKqo-53" style="shape=partialRectangle;html=1;whiteSpace=wrap;connectable=0;fillColor=none;top=0;left=0;bottom=0;right=0;overflow=hidden;strokeColor=inherit;fontSize=16;fontColor=#000000;" value="FK" vertex="1">
+           <mxGeometry height="30" width="34" as="geometry">
+             <mxRectangle height="30" width="34" as="alternateBounds" />
+           </mxGeometry>
+         </mxCell>
+         <mxCell id="Xo8xpW6T9qOqPY2RvKqo-55" parent="Xo8xpW6T9qOqPY2RvKqo-53" style="shape=partialRectangle;html=1;whiteSpace=wrap;connectable=0;fillColor=none;top=0;left=0;bottom=0;right=0;align=left;spacingLeft=6;overflow=hidden;strokeColor=inherit;fontSize=16;fontColor=#000000;" value="&lt;font color=&quot;#000000&quot;&gt;&lt;span style=&quot;font-size: 12px;&quot;&gt;routes_id : INT&lt;/span&gt;&lt;/font&gt;" vertex="1">
          <mxGeometry height="30" width="164" x="34" as="geometry">
            <mxRectangle height="30" width="164" as="alternateBounds" />
          </mxGeometry>
        </mxCell>
        <mxCell id="Xo8xpW6T9qOqPY2RvKqo-56" parent="Xo8xpW6T9qOqPY2RvKqo-49" style="shape=tableRow;horizontal=0;startSize=0;swimlaneHead=0;swimlaneBody=0;top=0;left=0;bottom=0;right=0;collapsible=0;dropTarget=0;fillColor=none;points=[[0,0.5],[1,0.5]];portConstraint=eastwest;strokeColor=inherit;fontSize=16;" value="" vertex="1">
          <mxGeometry height="30" width="198.47246442522373" y="90" as="geometry" />
        </mxCell>
-         <mxCell id="Xo8xpW6T9qOqPY2RvKqo-57" parent="Xo8xpW6T9qOqPY2RvKqo-56" style="shape=partialRectangle;html=1;whiteSpace=wrap;connectable=0;fillColor=none;top=0;left=0;bottom=0;right=0;overflow=hidden;strokeColor=inherit;fontSize=16;fontColor=#000000;" value="" vertex="1">
-           <mxGeometry height="30" width="34" as="geometry">
-             <mxRectangle height="30" width="34" as="alternateBounds" />
-           </mxGeometry>
-         </mxCell>
-         <mxCell id="Xo8xpW6T9qOqPY2RvKqo-58" parent="Xo8xpW6T9qOqPY2RvKqo-56" style="shape=partialRectangle;html=1;whiteSpace=wrap;connectable=0;fillColor=none;top=0;left=0;bottom=0;right=0;align=left;spacingLeft=6;overflow=hidden;strokeColor=inherit;fontSize=16;fontColor=#000000;" value="&lt;div style=&quot;text-align: center;&quot;&gt;&lt;span style=&quot;color: rgb(0, 0, 0); font-size: 12px; background-color: transparent;&quot;&gt;&lt;span style=&quot;background-color: transparent; text-align: left;&quot;&gt;departure_date&lt;/span&gt;&amp;nbsp;: TIME&lt;/span&gt;&lt;/div&gt;" vertex="1">
+         <mxCell id="Xo8xpW6T9qOqPY2RvKqo-57" parent="Xo8xpW6T9qOqPY2RvKqo-56" style="shape=partialRectangle;html=1;whiteSpace=wrap;connectable=0;fillColor=none;top=0;left=0;bottom=0;right=0;overflow=hidden;strokeColor=inherit;fontSize=16;fontColor=#000000;" value="FK" vertex="1">
+           <mxGeometry height="30" width="34" as="geometry">
+             <mxRectangle height="30" width="34" as="alternateBounds" />
+           </mxGeometry>
+         </mxCell>
+         <mxCell id="Xo8xpW6T9qOqPY2RvKqo-58" parent="Xo8xpW6T9qOqPY2RvKqo-56" style="shape=partialRectangle;html=1;whiteSpace=wrap;connectable=0;fillColor=none;top=0;left=0;bottom=0;right=0;align=left;spacingLeft=6;overflow=hidden;strokeColor=inherit;fontSize=16;fontColor=#000000;" value="&lt;div style=&quot;text-align: left;&quot;&gt;&lt;font color=&quot;#000000&quot;&gt;&lt;span style=&quot;font-size: 12px;&quot;&gt;armadas_id : INT&lt;/span&gt;&lt;/font&gt;&lt;/div&gt;" vertex="1">
          <mxGeometry height="30" width="164" x="34" as="geometry">
            <mxRectangle height="30" width="164" as="alternateBounds" />
          </mxGeometry>
        </mxCell>
        <mxCell id="Xo8xpW6T9qOqPY2RvKqo-59" parent="Xo8xpW6T9qOqPY2RvKqo-49" style="shape=tableRow;horizontal=0;startSize=0;swimlaneHead=0;swimlaneBody=0;top=0;left=0;bottom=0;right=0;collapsible=0;dropTarget=0;fillColor=none;points=[[0,0.5],[1,0.5]];portConstraint=eastwest;strokeColor=inherit;fontSize=16;" value="" vertex="1">
          <mxGeometry height="30" width="198.47246442522373" y="120" as="geometry" />
        </mxCell>
        <mxCell id="Xo8xpW6T9qOqPY2RvKqo-60" parent="Xo8xpW6T9qOqPY2RvKqo-59" style="shape=partialRectangle;html=1;whiteSpace=wrap;connectable=0;fillColor=none;top=0;left=0;bottom=0;right=0;overflow=hidden;strokeColor=inherit;fontSize=16;fontColor=#000000;" value="" vertex="1">
          <mxGeometry height="30" width="34" as="geometry">
            <mxRectangle height="30" width="34" as="alternateBounds" />
          </mxGeometry>
        </mxCell>
-         <mxCell id="Xo8xpW6T9qOqPY2RvKqo-61" parent="Xo8xpW6T9qOqPY2RvKqo-59" style="shape=partialRectangle;html=1;whiteSpace=wrap;connectable=0;fillColor=none;top=0;left=0;bottom=0;right=0;align=left;spacingLeft=6;overflow=hidden;strokeColor=inherit;fontSize=16;fontColor=#000000;" value="&lt;div style=&quot;text-align: center;&quot;&gt;&lt;span style=&quot;color: rgb(0, 0, 0); font-size: 12px; background-color: transparent;&quot;&gt;duration : TIME&lt;/span&gt;&lt;/div&gt;" vertex="1">
+         <mxCell id="Xo8xpW6T9qOqPY2RvKqo-61" parent="Xo8xpW6T9qOqPY2RvKqo-59" style="shape=partialRectangle;html=1;whiteSpace=wrap;connectable=0;fillColor=none;top=0;left=0;bottom=0;right=0;align=left;spacingLeft=6;overflow=hidden;strokeColor=inherit;fontSize=16;fontColor=#000000;" value="&lt;div style=&quot;text-align: center;&quot;&gt;&lt;span style=&quot;color: rgb(0, 0, 0); font-size: 12px; text-align: left;&quot;&gt;departure_date : DATE&lt;/span&gt;&lt;/div&gt;" vertex="1">
+           <mxGeometry height="30" width="164" x="34" as="geometry">
+             <mxRectangle height="30" width="164" as="alternateBounds" />
+           </mxGeometry>
+         </mxCell>
+         <mxCell id="BzmTT121cw_u00IB5EKc-13" parent="Xo8xpW6T9qOqPY2RvKqo-49" style="shape=tableRow;horizontal=0;startSize=0;swimlaneHead=0;swimlaneBody=0;top=0;left=0;bottom=0;right=0;collapsible=0;dropTarget=0;fillColor=none;points=[[0,0.5],[1,0.5]];portConstraint=eastwest;strokeColor=inherit;fontSize=16;" value="" vertex="1">
+           <mxGeometry height="30" width="198.47246442522373" y="150" as="geometry" />
+         </mxCell>
+         <mxCell id="BzmTT121cw_u00IB5EKc-14" parent="BzmTT121cw_u00IB5EKc-13" style="shape=partialRectangle;html=1;whiteSpace=wrap;connectable=0;fillColor=none;top=0;left=0;bottom=0;right=0;overflow=hidden;strokeColor=inherit;fontSize=16;fontColor=#000000;" value="" vertex="1">
+           <mxGeometry height="30" width="34" as="geometry">
+             <mxRectangle height="30" width="34" as="alternateBounds" />
+           </mxGeometry>
+         </mxCell>
+         <mxCell id="BzmTT121cw_u00IB5EKc-15" parent="BzmTT121cw_u00IB5EKc-13" style="shape=partialRectangle;html=1;whiteSpace=wrap;connectable=0;fillColor=none;top=0;left=0;bottom=0;right=0;align=left;spacingLeft=6;overflow=hidden;strokeColor=inherit;fontSize=16;fontColor=#000000;" value="&lt;div style=&quot;text-align: center;&quot;&gt;&lt;span style=&quot;color: rgb(0, 0, 0); font-size: 12px; background-color: transparent; text-align: left;&quot;&gt;departure_date&lt;/span&gt;&lt;span style=&quot;color: rgb(0, 0, 0); font-size: 12px;&quot;&gt; : TIME&lt;/span&gt;&lt;/div&gt;" vertex="1">
+           <mxGeometry height="30" width="164" x="34" as="geometry">
+             <mxRectangle height="30" width="164" as="alternateBounds" />
+           </mxGeometry>
+         </mxCell>
+         <mxCell id="BzmTT121cw_u00IB5EKc-16" parent="Xo8xpW6T9qOqPY2RvKqo-49" style="shape=tableRow;horizontal=0;startSize=0;swimlaneHead=0;swimlaneBody=0;top=0;left=0;bottom=0;right=0;collapsible=0;dropTarget=0;fillColor=none;points=[[0,0.5],[1,0.5]];portConstraint=eastwest;strokeColor=inherit;fontSize=16;" value="" vertex="1">
+           <mxGeometry height="30" width="198.47246442522373" y="180" as="geometry" />
+         </mxCell>
+         <mxCell id="BzmTT121cw_u00IB5EKc-17" parent="BzmTT121cw_u00IB5EKc-16" style="shape=partialRectangle;html=1;whiteSpace=wrap;connectable=0;fillColor=none;top=0;left=0;bottom=0;right=0;overflow=hidden;strokeColor=inherit;fontSize=16;fontColor=#000000;" value="" vertex="1">
+           <mxGeometry height="30" width="34" as="geometry">
+             <mxRectangle height="30" width="34" as="alternateBounds" />
+           </mxGeometry>
+         </mxCell>
+         <mxCell id="BzmTT121cw_u00IB5EKc-18" parent="BzmTT121cw_u00IB5EKc-16" style="shape=partialRectangle;html=1;whiteSpace=wrap;connectable=0;fillColor=none;top=0;left=0;bottom=0;right=0;align=left;spacingLeft=6;overflow=hidden;strokeColor=inherit;fontSize=16;fontColor=#000000;" value="&lt;div style=&quot;text-align: center;&quot;&gt;&lt;span style=&quot;color: rgb(0, 0, 0); font-size: 12px; background-color: transparent;&quot;&gt;price : DECIMAL(10,2)&lt;/span&gt;&lt;/div&gt;" vertex="1">
          <mxGeometry height="30" width="164" x="34" as="geometry">
            <mxRectangle height="30" width="164" as="alternateBounds" />
          </mxGeometry>
        </mxCell>
        <mxCell id="Xo8xpW6T9qOqPY2RvKqo-62" edge="1" parent="Xo8xpW6T9qOqPY2RvKqo-49" source="Xo8xpW6T9qOqPY2RvKqo-50" style="endArrow=none;html=1;rounded=0;strokeColor=#000000;entryX=1.002;entryY=0.898;entryDx=0;entryDy=0;entryPerimeter=0;exitX=0;exitY=0.9;exitDx=0;exitDy=0;exitPerimeter=0;" target="Xo8xpW6T9qOqPY2RvKqo-50" value="">
          <mxGeometry height="50" relative="1" width="50" as="geometry">
            <mxPoint x="72" y="102" as="sourcePoint" />
            <mxPoint x="122" y="52" as="targetPoint" />
          </mxGeometry>
        </mxCell>
        <mxCell id="Xo8xpW6T9qOqPY2RvKqo-63" parent="1" style="shape=table;startSize=30;container=1;collapsible=0;childLayout=tableLayout;fixedRows=1;rowLines=0;fontStyle=1;strokeColor=#000000;fontSize=16;fontColor=#000000;fillColor=#FFFFFF;" value="Bookings" vertex="1">
          <mxGeometry height="150" width="225.59746442522385" x="472" y="357" as="geometry" />
        </mxCell>
        <mxCell id="Xo8xpW6T9qOqPY2RvKqo-64" parent="Xo8xpW6T9qOqPY2RvKqo-63" style="shape=tableRow;horizontal=0;startSize=0;swimlaneHead=0;swimlaneBody=0;top=0;left=0;bottom=0;right=0;collapsible=0;dropTarget=0;fillColor=none;points=[[0,0.5],[1,0.5]];portConstraint=eastwest;strokeColor=inherit;fontSize=16;" value="" vertex="1">
          <mxGeometry height="30" width="225.59746442522385" y="30" as="geometry" />
        </mxCell>
        <mxCell id="Xo8xpW6T9qOqPY2RvKqo-65" parent="Xo8xpW6T9qOqPY2RvKqo-64" style="shape=partialRectangle;html=1;whiteSpace=wrap;connectable=0;fillColor=none;top=0;left=0;bottom=0;right=0;overflow=hidden;pointerEvents=1;strokeColor=#000000;fontSize=16;fontColor=#000000;" value="&lt;b&gt;&lt;font style=&quot;font-size: 14px;&quot;&gt;PK&lt;/font&gt;&lt;/b&gt;" vertex="1">
          <mxGeometry height="30" width="34" as="geometry">
            <mxRectangle height="30" width="34" as="alternateBounds" />
          </mxGeometry>
        </mxCell>
        <mxCell id="Xo8xpW6T9qOqPY2RvKqo-66" parent="Xo8xpW6T9qOqPY2RvKqo-64" style="shape=partialRectangle;html=1;whiteSpace=wrap;connectable=0;fillColor=none;top=0;left=0;bottom=0;right=0;align=left;spacingLeft=6;overflow=hidden;strokeColor=#000000;fontSize=16;fontColor=#000000;" value="&lt;font style=&quot;font-size: 12px;&quot;&gt;&lt;b&gt;id : INT&lt;/b&gt;&lt;/font&gt;" vertex="1">
          <mxGeometry height="30" width="192" x="34" as="geometry">
            <mxRectangle height="30" width="192" as="alternateBounds" />
          </mxGeometry>
        </mxCell>
        <mxCell id="Xo8xpW6T9qOqPY2RvKqo-67" parent="Xo8xpW6T9qOqPY2RvKqo-63" style="shape=tableRow;horizontal=0;startSize=0;swimlaneHead=0;swimlaneBody=0;top=0;left=0;bottom=0;right=0;collapsible=0;dropTarget=0;fillColor=none;points=[[0,0.5],[1,0.5]];portConstraint=eastwest;strokeColor=inherit;fontSize=16;" value="" vertex="1">
          <mxGeometry height="30" width="225.59746442522385" y="60" as="geometry" />
        </mxCell>
        <mxCell id="Xo8xpW6T9qOqPY2RvKqo-68" parent="Xo8xpW6T9qOqPY2RvKqo-67" style="shape=partialRectangle;html=1;whiteSpace=wrap;connectable=0;fillColor=none;top=0;left=0;bottom=0;right=0;overflow=hidden;strokeColor=inherit;fontSize=16;fontColor=#000000;" value="" vertex="1">
          <mxGeometry height="30" width="34" as="geometry">
            <mxRectangle height="30" width="34" as="alternateBounds" />
          </mxGeometry>
        </mxCell>
        <mxCell id="Xo8xpW6T9qOqPY2RvKqo-69" parent="Xo8xpW6T9qOqPY2RvKqo-67" style="shape=partialRectangle;html=1;whiteSpace=wrap;connectable=0;fillColor=none;top=0;left=0;bottom=0;right=0;align=left;spacingLeft=6;overflow=hidden;strokeColor=inherit;fontSize=16;fontColor=#000000;" value="&lt;font color=&quot;#000000&quot;&gt;&lt;span style=&quot;font-size: 12px;&quot;&gt;bookings_code : VARCHAR(12)&lt;/span&gt;&lt;/font&gt;" vertex="1">
          <mxGeometry height="30" width="192" x="34" as="geometry">
            <mxRectangle height="30" width="192" as="alternateBounds" />
          </mxGeometry>
        </mxCell>
        <mxCell id="Xo8xpW6T9qOqPY2RvKqo-70" parent="Xo8xpW6T9qOqPY2RvKqo-63" style="shape=tableRow;horizontal=0;startSize=0;swimlaneHead=0;swimlaneBody=0;top=0;left=0;bottom=0;right=0;collapsible=0;dropTarget=0;fillColor=none;points=[[0,0.5],[1,0.5]];portConstraint=eastwest;strokeColor=inherit;fontSize=16;" value="" vertex="1">
          <mxGeometry height="30" width="225.59746442522385" y="90" as="geometry" />
        </mxCell>
        <mxCell id="Xo8xpW6T9qOqPY2RvKqo-71" parent="Xo8xpW6T9qOqPY2RvKqo-70" style="shape=partialRectangle;html=1;whiteSpace=wrap;connectable=0;fillColor=none;top=0;left=0;bottom=0;right=0;overflow=hidden;strokeColor=inherit;fontSize=16;fontColor=#000000;" value="" vertex="1">
          <mxGeometry height="30" width="34" as="geometry">
            <mxRectangle height="30" width="34" as="alternateBounds" />
          </mxGeometry>
        </mxCell>
        <mxCell id="Xo8xpW6T9qOqPY2RvKqo-72" parent="Xo8xpW6T9qOqPY2RvKqo-70" style="shape=partialRectangle;html=1;whiteSpace=wrap;connectable=0;fillColor=none;top=0;left=0;bottom=0;right=0;align=left;spacingLeft=6;overflow=hidden;strokeColor=inherit;fontSize=16;fontColor=#000000;" value="&lt;div style=&quot;text-align: left;&quot;&gt;&lt;span style=&quot;color: rgb(0, 0, 0); font-size: 12px; background-color: transparent;&quot;&gt;total_amount : DECIMAL(10,2)&lt;/span&gt;&lt;/div&gt;" vertex="1">
          <mxGeometry height="30" width="192" x="34" as="geometry">
            <mxRectangle height="30" width="192" as="alternateBounds" />
          </mxGeometry>
        </mxCell>
        <mxCell id="Xo8xpW6T9qOqPY2RvKqo-73" parent="Xo8xpW6T9qOqPY2RvKqo-63" style="shape=tableRow;horizontal=0;startSize=0;swimlaneHead=0;swimlaneBody=0;top=0;left=0;bottom=0;right=0;collapsible=0;dropTarget=0;fillColor=none;points=[[0,0.5],[1,0.5]];portConstraint=eastwest;strokeColor=inherit;fontSize=16;" value="" vertex="1">
          <mxGeometry height="30" width="225.59746442522385" y="120" as="geometry" />
        </mxCell>
        <mxCell id="Xo8xpW6T9qOqPY2RvKqo-74" parent="Xo8xpW6T9qOqPY2RvKqo-73" style="shape=partialRectangle;html=1;whiteSpace=wrap;connectable=0;fillColor=none;top=0;left=0;bottom=0;right=0;overflow=hidden;strokeColor=inherit;fontSize=16;fontColor=#000000;" value="" vertex="1">
          <mxGeometry height="30" width="34" as="geometry">
            <mxRectangle height="30" width="34" as="alternateBounds" />
          </mxGeometry>
        </mxCell>
        <mxCell id="Xo8xpW6T9qOqPY2RvKqo-75" parent="Xo8xpW6T9qOqPY2RvKqo-73" style="shape=partialRectangle;html=1;whiteSpace=wrap;connectable=0;fillColor=none;top=0;left=0;bottom=0;right=0;align=left;spacingLeft=6;overflow=hidden;strokeColor=inherit;fontSize=16;fontColor=#000000;" value="&lt;div style=&quot;text-align: center;&quot;&gt;&lt;span style=&quot;color: rgb(0, 0, 0); font-size: 12px; background-color: transparent;&quot;&gt;payment_status : ENUM&lt;/span&gt;&lt;/div&gt;" vertex="1">
          <mxGeometry height="30" width="192" x="34" as="geometry">
            <mxRectangle height="30" width="192" as="alternateBounds" />
          </mxGeometry>
        </mxCell>
        <mxCell id="Xo8xpW6T9qOqPY2RvKqo-76" edge="1" parent="Xo8xpW6T9qOqPY2RvKqo-63" source="Xo8xpW6T9qOqPY2RvKqo-64" style="endArrow=none;html=1;rounded=0;strokeColor=#000000;entryX=1.002;entryY=0.898;entryDx=0;entryDy=0;entryPerimeter=0;exitX=0;exitY=0.9;exitDx=0;exitDy=0;exitPerimeter=0;" target="Xo8xpW6T9qOqPY2RvKqo-64" value="">
          <mxGeometry height="50" relative="1" width="50" as="geometry">
            <mxPoint x="72" y="102" as="sourcePoint" />
            <mxPoint x="122" y="52" as="targetPoint" />
          </mxGeometry>
        </mxCell>
        <mxCell id="4wj_1gfYNaP55m7zzhlJ-1" parent="1" style="shape=table;startSize=30;container=1;collapsible=0;childLayout=tableLayout;fixedRows=1;rowLines=0;fontStyle=1;strokeColor=#000000;fontSize=16;fontColor=#000000;fillColor=#FFFFFF;" value="Tickets" vertex="1">
          <mxGeometry height="210" width="241.93083844866135" x="830.75" y="347" as="geometry" />
        </mxCell>
        <mxCell id="4wj_1gfYNaP55m7zzhlJ-2" parent="4wj_1gfYNaP55m7zzhlJ-1" style="shape=tableRow;horizontal=0;startSize=0;swimlaneHead=0;swimlaneBody=0;top=0;left=0;bottom=0;right=0;collapsible=0;dropTarget=0;fillColor=none;points=[[0,0.5],[1,0.5]];portConstraint=eastwest;strokeColor=inherit;fontSize=16;" value="" vertex="1">
          <mxGeometry height="30" width="241.93083844866135" y="30" as="geometry" />
        </mxCell>
        <mxCell id="4wj_1gfYNaP55m7zzhlJ-3" parent="4wj_1gfYNaP55m7zzhlJ-2" style="shape=partialRectangle;html=1;whiteSpace=wrap;connectable=0;fillColor=none;top=0;left=0;bottom=0;right=0;overflow=hidden;pointerEvents=1;strokeColor=#000000;fontSize=16;fontColor=#000000;" value="&lt;b&gt;&lt;font style=&quot;font-size: 14px;&quot;&gt;PK&lt;/font&gt;&lt;/b&gt;" vertex="1">
          <mxGeometry height="30" width="34" as="geometry">
            <mxRectangle height="30" width="34" as="alternateBounds" />
          </mxGeometry>
        </mxCell>
        <mxCell id="4wj_1gfYNaP55m7zzhlJ-4" parent="4wj_1gfYNaP55m7zzhlJ-2" style="shape=partialRectangle;html=1;whiteSpace=wrap;connectable=0;fillColor=none;top=0;left=0;bottom=0;right=0;align=left;spacingLeft=6;overflow=hidden;strokeColor=#000000;fontSize=16;fontColor=#000000;" value="&lt;font style=&quot;font-size: 12px;&quot;&gt;&lt;b&gt;id : INT&lt;/b&gt;&lt;/font&gt;" vertex="1">
          <mxGeometry height="30" width="208" x="34" as="geometry">
            <mxRectangle height="30" width="208" as="alternateBounds" />
          </mxGeometry>
        </mxCell>
        <mxCell id="4wj_1gfYNaP55m7zzhlJ-5" parent="4wj_1gfYNaP55m7zzhlJ-1" style="shape=tableRow;horizontal=0;startSize=0;swimlaneHead=0;swimlaneBody=0;top=0;left=0;bottom=0;right=0;collapsible=0;dropTarget=0;fillColor=none;points=[[0,0.5],[1,0.5]];portConstraint=eastwest;strokeColor=inherit;fontSize=16;" value="" vertex="1">
          <mxGeometry height="30" width="241.93083844866135" y="60" as="geometry" />
        </mxCell>
        <mxCell id="4wj_1gfYNaP55m7zzhlJ-6" parent="4wj_1gfYNaP55m7zzhlJ-5" style="shape=partialRectangle;html=1;whiteSpace=wrap;connectable=0;fillColor=none;top=0;left=0;bottom=0;right=0;overflow=hidden;strokeColor=inherit;fontSize=16;fontColor=#000000;" value="&lt;font style=&quot;font-size: 14px;&quot;&gt;FK&lt;/font&gt;" vertex="1">
          <mxGeometry height="30" width="34" as="geometry">
            <mxRectangle height="30" width="34" as="alternateBounds" />
          </mxGeometry>
        </mxCell>
        <mxCell id="4wj_1gfYNaP55m7zzhlJ-7" parent="4wj_1gfYNaP55m7zzhlJ-5" style="shape=partialRectangle;html=1;whiteSpace=wrap;connectable=0;fillColor=none;top=0;left=0;bottom=0;right=0;align=left;spacingLeft=6;overflow=hidden;strokeColor=inherit;fontSize=16;fontColor=#000000;" value="&lt;font color=&quot;#000000&quot;&gt;&lt;span style=&quot;font-size: 12px;&quot;&gt;bookings_id : INT&lt;/span&gt;&lt;/font&gt;" vertex="1">
          <mxGeometry height="30" width="208" x="34" as="geometry">
            <mxRectangle height="30" width="208" as="alternateBounds" />
          </mxGeometry>
        </mxCell>
        <mxCell id="4wj_1gfYNaP55m7zzhlJ-8" parent="4wj_1gfYNaP55m7zzhlJ-1" style="shape=tableRow;horizontal=0;startSize=0;swimlaneHead=0;swimlaneBody=0;top=0;left=0;bottom=0;right=0;collapsible=0;dropTarget=0;fillColor=none;points=[[0,0.5],[1,0.5]];portConstraint=eastwest;strokeColor=inherit;fontSize=16;" value="" vertex="1">
          <mxGeometry height="30" width="241.93083844866135" y="90" as="geometry" />
        </mxCell>
        <mxCell id="4wj_1gfYNaP55m7zzhlJ-9" parent="4wj_1gfYNaP55m7zzhlJ-8" style="shape=partialRectangle;html=1;whiteSpace=wrap;connectable=0;fillColor=none;top=0;left=0;bottom=0;right=0;overflow=hidden;strokeColor=inherit;fontSize=16;fontColor=#000000;" value="&lt;span style=&quot;font-size: 14px;&quot;&gt;FK&lt;/span&gt;" vertex="1">
          <mxGeometry height="30" width="34" as="geometry">
            <mxRectangle height="30" width="34" as="alternateBounds" />
          </mxGeometry>
        </mxCell>
        <mxCell id="4wj_1gfYNaP55m7zzhlJ-10" parent="4wj_1gfYNaP55m7zzhlJ-8" style="shape=partialRectangle;html=1;whiteSpace=wrap;connectable=0;fillColor=none;top=0;left=0;bottom=0;right=0;align=left;spacingLeft=6;overflow=hidden;strokeColor=inherit;fontSize=16;fontColor=#000000;" value="&lt;div style=&quot;text-align: left;&quot;&gt;&lt;span style=&quot;color: rgb(0, 0, 0); font-size: 12px;&quot;&gt;schedule_id : INT&lt;/span&gt;&lt;/div&gt;" vertex="1">
          <mxGeometry height="30" width="208" x="34" as="geometry">
            <mxRectangle height="30" width="208" as="alternateBounds" />
          </mxGeometry>
        </mxCell>
        <mxCell id="4wj_1gfYNaP55m7zzhlJ-11" parent="4wj_1gfYNaP55m7zzhlJ-1" style="shape=tableRow;horizontal=0;startSize=0;swimlaneHead=0;swimlaneBody=0;top=0;left=0;bottom=0;right=0;collapsible=0;dropTarget=0;fillColor=none;points=[[0,0.5],[1,0.5]];portConstraint=eastwest;strokeColor=inherit;fontSize=16;" value="" vertex="1">
          <mxGeometry height="30" width="241.93083844866135" y="120" as="geometry" />
        </mxCell>
        <mxCell id="4wj_1gfYNaP55m7zzhlJ-12" parent="4wj_1gfYNaP55m7zzhlJ-11" style="shape=partialRectangle;html=1;whiteSpace=wrap;connectable=0;fillColor=none;top=0;left=0;bottom=0;right=0;overflow=hidden;strokeColor=inherit;fontSize=16;fontColor=#000000;" value="" vertex="1">
          <mxGeometry height="30" width="34" as="geometry">
            <mxRectangle height="30" width="34" as="alternateBounds" />
          </mxGeometry>
        </mxCell>
        <mxCell id="4wj_1gfYNaP55m7zzhlJ-13" parent="4wj_1gfYNaP55m7zzhlJ-11" style="shape=partialRectangle;html=1;whiteSpace=wrap;connectable=0;fillColor=none;top=0;left=0;bottom=0;right=0;align=left;spacingLeft=6;overflow=hidden;strokeColor=inherit;fontSize=16;fontColor=#000000;" value="&lt;div style=&quot;text-align: center;&quot;&gt;&lt;span style=&quot;color: rgb(0, 0, 0); font-size: 12px; text-align: left;&quot;&gt;passengerr_name : VARCHAR(100)&lt;/span&gt;&lt;/div&gt;" vertex="1">
          <mxGeometry height="30" width="208" x="34" as="geometry">
            <mxRectangle height="30" width="208" as="alternateBounds" />
          </mxGeometry>
        </mxCell>
        <mxCell id="4wj_1gfYNaP55m7zzhlJ-15" parent="4wj_1gfYNaP55m7zzhlJ-1" style="shape=tableRow;horizontal=0;startSize=0;swimlaneHead=0;swimlaneBody=0;top=0;left=0;bottom=0;right=0;collapsible=0;dropTarget=0;fillColor=none;points=[[0,0.5],[1,0.5]];portConstraint=eastwest;strokeColor=inherit;fontSize=16;" value="" vertex="1">
          <mxGeometry height="30" width="241.93083844866135" y="150" as="geometry" />
        </mxCell>
        <mxCell id="4wj_1gfYNaP55m7zzhlJ-16" parent="4wj_1gfYNaP55m7zzhlJ-15" style="shape=partialRectangle;html=1;whiteSpace=wrap;connectable=0;fillColor=none;top=0;left=0;bottom=0;right=0;overflow=hidden;strokeColor=inherit;fontSize=16;fontColor=#000000;" value="" vertex="1">
          <mxGeometry height="30" width="34" as="geometry">
            <mxRectangle height="30" width="34" as="alternateBounds" />
          </mxGeometry>
        </mxCell>
        <mxCell id="4wj_1gfYNaP55m7zzhlJ-17" parent="4wj_1gfYNaP55m7zzhlJ-15" style="shape=partialRectangle;html=1;whiteSpace=wrap;connectable=0;fillColor=none;top=0;left=0;bottom=0;right=0;align=left;spacingLeft=6;overflow=hidden;strokeColor=inherit;fontSize=16;fontColor=#000000;" value="&lt;div style=&quot;text-align: center;&quot;&gt;&lt;span style=&quot;color: rgb(0, 0, 0); font-size: 12px; text-align: left;&quot;&gt;passenger_id_card : VARCHAR(20)&lt;/span&gt;&lt;/div&gt;" vertex="1">
          <mxGeometry height="30" width="208" x="34" as="geometry">
            <mxRectangle height="30" width="208" as="alternateBounds" />
          </mxGeometry>
        </mxCell>
        <mxCell id="4wj_1gfYNaP55m7zzhlJ-18" parent="4wj_1gfYNaP55m7zzhlJ-1" style="shape=tableRow;horizontal=0;startSize=0;swimlaneHead=0;swimlaneBody=0;top=0;left=0;bottom=0;right=0;collapsible=0;dropTarget=0;fillColor=none;points=[[0,0.5],[1,0.5]];portConstraint=eastwest;strokeColor=inherit;fontSize=16;" value="" vertex="1">
          <mxGeometry height="30" width="241.93083844866135" y="180" as="geometry" />
        </mxCell>
        <mxCell id="4wj_1gfYNaP55m7zzhlJ-19" parent="4wj_1gfYNaP55m7zzhlJ-18" style="shape=partialRectangle;html=1;whiteSpace=wrap;connectable=0;fillColor=none;top=0;left=0;bottom=0;right=0;overflow=hidden;strokeColor=inherit;fontSize=16;fontColor=#000000;" value="" vertex="1">
          <mxGeometry height="30" width="34" as="geometry">
            <mxRectangle height="30" width="34" as="alternateBounds" />
          </mxGeometry>
        </mxCell>
        <mxCell id="4wj_1gfYNaP55m7zzhlJ-20" parent="4wj_1gfYNaP55m7zzhlJ-18" style="shape=partialRectangle;html=1;whiteSpace=wrap;connectable=0;fillColor=none;top=0;left=0;bottom=0;right=0;align=left;spacingLeft=6;overflow=hidden;strokeColor=inherit;fontSize=16;fontColor=#000000;" value="&lt;div style=&quot;text-align: center;&quot;&gt;&lt;span style=&quot;color: rgb(0, 0, 0); font-size: 12px; text-align: left;&quot;&gt;seat_number : INT&lt;/span&gt;&lt;/div&gt;" vertex="1">
          <mxGeometry height="30" width="208" x="34" as="geometry">
            <mxRectangle height="30" width="208" as="alternateBounds" />
          </mxGeometry>
        </mxCell>
        <mxCell id="4wj_1gfYNaP55m7zzhlJ-14" edge="1" parent="4wj_1gfYNaP55m7zzhlJ-1" source="4wj_1gfYNaP55m7zzhlJ-2" style="endArrow=none;html=1;rounded=0;strokeColor=#000000;entryX=1.002;entryY=0.898;entryDx=0;entryDy=0;entryPerimeter=0;exitX=0;exitY=0.9;exitDx=0;exitDy=0;exitPerimeter=0;" target="4wj_1gfYNaP55m7zzhlJ-2" value="">
          <mxGeometry height="50" relative="1" width="50" as="geometry">
            <mxPoint x="72" y="102" as="sourcePoint" />
            <mxPoint x="122" y="52" as="targetPoint" />
          </mxGeometry>
        </mxCell>
      </root>
    </mxGraphModel>
  </diagram>
</mxfile>
